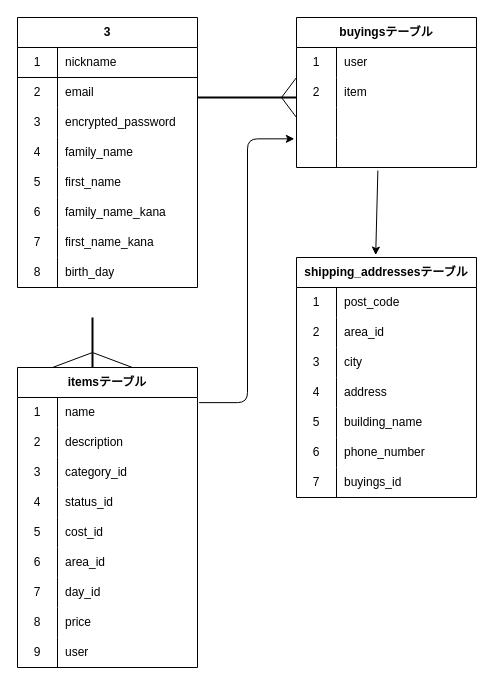
Before: furima.dio in kensuke-iwata/furima-34394, a draw.io diagram. Source tidied: cells renumbered, new cells numbered last; positions are measured from the earlier drawing's top-left corner, leaving out a move shared by most shapes. Both pictures are drawn from the tidied source at 100%, with x=0, y=0 at pixel (17, 17).
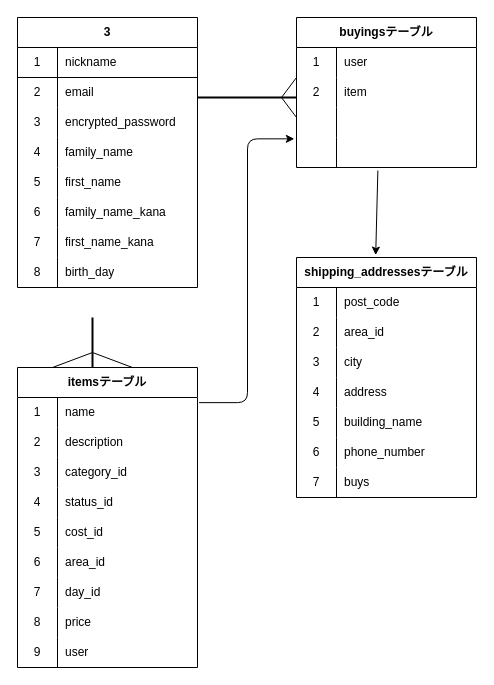
After the change.

The change refers to these unchanged cells:
```xml
<mxCell id="74" style="shape=partialRectangle;html=1;whiteSpace=wrap;fillColor=none;top=0;left=0;bottom=0;right=0;" parent="55" vertex="1">
  <mxGeometry y="210" width="180" height="30" as="geometry" />
</mxCell>
```

Change to the diagram source:
```diff
@@
-    <mxCell id="76" value="buyings_id" style="shape=partialRectangle;html=1;whiteSpace=wrap;fillColor=none;top=0;left=0;bottom=0;right=0;align=left;spacingLeft=6;overflow=hidden;" parent="74" vertex="1">
+    <mxCell id="76" value="buys" style="shape=partialRectangle;html=1;whiteSpace=wrap;fillColor=none;top=0;left=0;bottom=0;right=0;align=left;spacingLeft=6;overflow=hidden;" parent="74" vertex="1">
       <mxGeometry x="40" width="140" height="30" as="geometry" />
     </mxCell>
```
